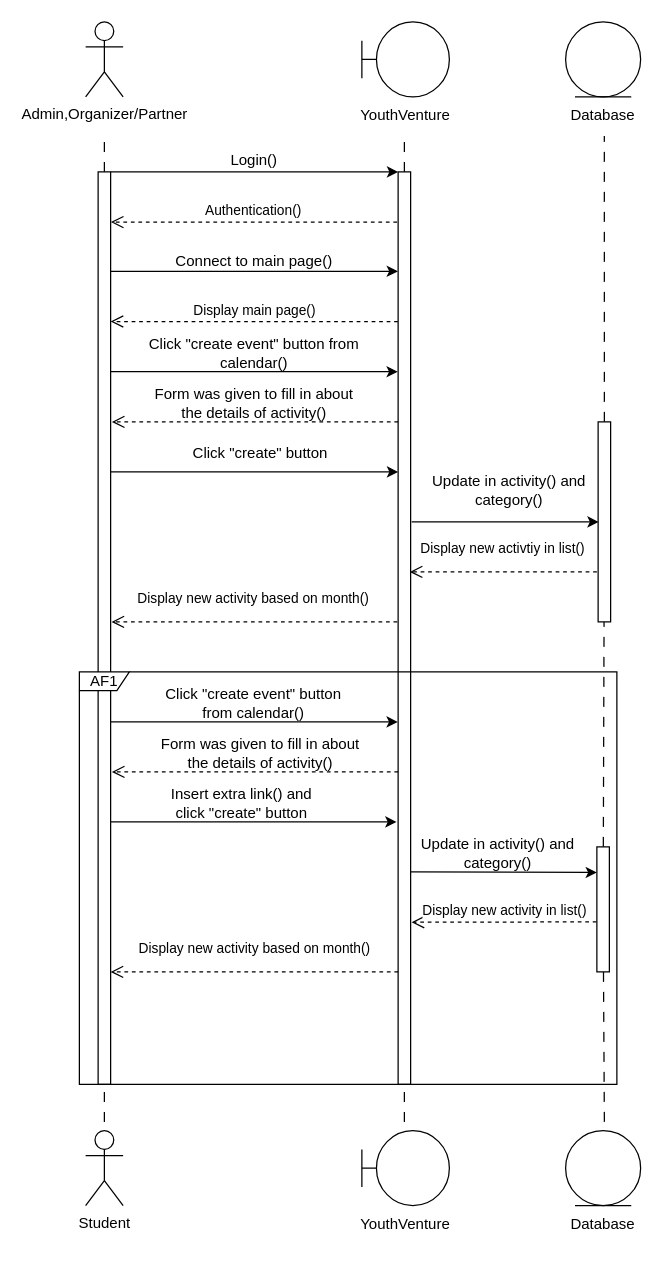
Earlier version of the draw.io diagram sequence_diagram/UC019 seq diagram.drawio (wei2030/year2_project). Source tidied: cells renumbered, new cells numbered last; positions are measured from the earlier drawing's top-left corner, leaving out a move shared by most shapes. Both pictures are drawn from the tidied source at 125%, with x=0, y=0 at pixel (79, 21).
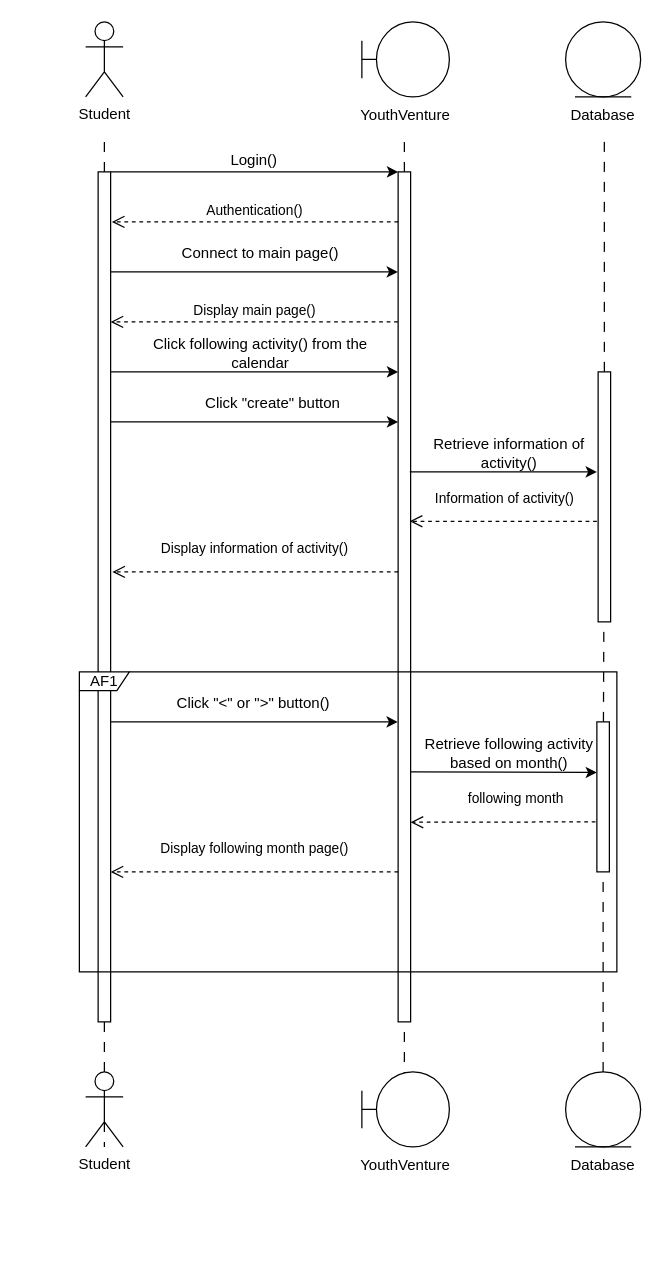
The same page after the edit.

The edit, as a diff of the source:
```diff
@@
-    <mxCell id="2" value="Admin,Organizer/Partner" style="shape=umlActor;verticalLabelPosition=bottom;verticalAlign=top;html=1;" parent="1" vertex="1">
+    <mxCell id="2" value="Student" style="shape=umlActor;verticalLabelPosition=bottom;verticalAlign=top;html=1;" parent="1" vertex="1">
       <mxGeometry x="5" width="30" height="60" as="geometry" />
     </mxCell>
@@
-    <mxCell id="11" style="endArrow=none;dashed=1;html=1;rounded=0;strokeWidth=1;dashPattern=8 8;" parent="1" edge="1" target="12">
-      <mxGeometry relative="1" as="geometry">
-        <mxPoint x="20" y="880" as="sourcePoint" />
-      </mxGeometry>
+    <mxCell id="11" style="endArrow=none;dashed=1;html=1;rounded=0;strokeWidth=1;dashPattern=8 8;" parent="1" edge="1" source="40" target="12">
+      <mxGeometry relative="1" as="geometry" />
     </mxCell>
     <mxCell id="12" style="rounded=0;whiteSpace=wrap;html=1;" parent="1" vertex="1">
-      <mxGeometry x="15" y="120" width="10" height="730" as="geometry" />
+      <mxGeometry x="15" y="120" width="10" height="680" as="geometry" />
     </mxCell>
@@
     <mxCell id="14" style="rounded=0;whiteSpace=wrap;html=1;" parent="1" vertex="1">
-      <mxGeometry x="255" y="120" width="10" height="730" as="geometry" />
+      <mxGeometry x="255" y="120" width="10" height="680" as="geometry" />
     </mxCell>
@@
-    <mxCell id="17" value="Authentication()" style="html=1;verticalAlign=bottom;endArrow=open;dashed=1;endSize=8;curved=0;rounded=0;entryX=1.019;entryY=0.055;entryDx=0;entryDy=0;entryPerimeter=0;exitX=-0.081;exitY=0.055;exitDx=0;exitDy=0;exitPerimeter=0;" parent="1" edge="1" source="14" target="12">
-      <mxGeometry relative="1" as="geometry" />
+    <mxCell id="17" value="Authentication()" style="html=1;verticalAlign=bottom;endArrow=open;dashed=1;endSize=8;curved=0;rounded=0;entryX=1.019;entryY=0.055;entryDx=0;entryDy=0;entryPerimeter=0;exitX=-0.081;exitY=0.055;exitDx=0;exitDy=0;exitPerimeter=0;" parent="1" edge="1">
+      <mxGeometry relative="1" as="geometry">
+        <mxPoint x="255" y="160" as="sourcePoint" />
+        <mxPoint x="26" y="160" as="targetPoint" />
+      </mxGeometry>
     </mxCell>
-    <mxCell id="18" style="endArrow=classic;html=1;rounded=0;exitX=1.019;exitY=0.109;exitDx=0;exitDy=0;exitPerimeter=0;entryX=-0.019;entryY=0.109;entryDx=0;entryDy=0;entryPerimeter=0;" parent="1" edge="1" source="12" target="14">
-      <mxGeometry relative="1" as="geometry" />
+    <mxCell id="18" style="endArrow=classic;html=1;rounded=0;exitX=1.019;exitY=0.109;exitDx=0;exitDy=0;exitPerimeter=0;entryX=-0.019;entryY=0.109;entryDx=0;entryDy=0;entryPerimeter=0;" parent="1" edge="1">
+      <mxGeometry relative="1" as="geometry">
+        <mxPoint x="25.2" y="200" as="sourcePoint" />
+        <mxPoint x="254.8" y="200" as="targetPoint" />
+      </mxGeometry>
     </mxCell>
     <mxCell id="19" value="Connect to main page()" style="text;html=1;strokeColor=none;fillColor=none;align=center;verticalAlign=middle;whiteSpace=wrap;rounded=0;" parent="1" vertex="1">
-      <mxGeometry x="70" y="177" width="140" height="30" as="geometry" />
+      <mxGeometry x="75" y="170" width="140" height="30" as="geometry" />
     </mxCell>
-    <mxCell id="20" value="Display main page()" style="html=1;verticalAlign=bottom;endArrow=open;dashed=1;endSize=8;curved=0;rounded=0;entryX=1.004;entryY=0.164;entryDx=0;entryDy=0;entryPerimeter=0;exitX=-0.019;exitY=0.164;exitDx=0;exitDy=0;exitPerimeter=0;" parent="1" edge="1" source="14" target="12">
-      <mxGeometry relative="1" as="geometry" />
+    <mxCell id="20" value="Display main page()" style="html=1;verticalAlign=bottom;endArrow=open;dashed=1;endSize=8;curved=0;rounded=0;entryX=1.004;entryY=0.164;entryDx=0;entryDy=0;entryPerimeter=0;exitX=-0.019;exitY=0.164;exitDx=0;exitDy=0;exitPerimeter=0;" parent="1" edge="1">
+      <mxGeometry relative="1" as="geometry">
+        <mxPoint x="254.8" y="240" as="sourcePoint" />
+        <mxPoint x="25" y="240" as="targetPoint" />
+      </mxGeometry>
     </mxCell>
-    <mxCell id="21" style="endArrow=classic;html=1;rounded=0;exitX=0.997;exitY=0.219;exitDx=0;exitDy=0;entryX=-0.029;entryY=0.219;entryDx=0;entryDy=0;exitPerimeter=0;entryPerimeter=0;" parent="1" edge="1" source="12" target="14">
-      <mxGeometry relative="1" as="geometry" />
+    <mxCell id="21" style="endArrow=classic;html=1;rounded=0;exitX=0.997;exitY=0.219;exitDx=0;exitDy=0;entryX=-0.029;entryY=0.219;entryDx=0;entryDy=0;exitPerimeter=0;entryPerimeter=0;" parent="1" edge="1">
+      <mxGeometry relative="1" as="geometry">
+        <mxPoint x="25.3" y="280" as="sourcePoint" />
+        <mxPoint x="255" y="280" as="targetPoint" />
+      </mxGeometry>
     </mxCell>
-    <mxCell id="22" value="Click &quot;create event&quot; button from calendar()" style="text;html=1;strokeColor=none;fillColor=none;align=center;verticalAlign=middle;whiteSpace=wrap;rounded=0;" parent="1" vertex="1">
-      <mxGeometry x="30" y="250" width="220" height="30" as="geometry" />
+    <mxCell id="22" value="Click following activity() from the calendar" style="text;html=1;strokeColor=none;fillColor=none;align=center;verticalAlign=middle;whiteSpace=wrap;rounded=0;" parent="1" vertex="1">
+      <mxGeometry x="35" y="250" width="220" height="30" as="geometry" />
     </mxCell>
@@
     <mxCell id="24" style="rounded=0;whiteSpace=wrap;html=1;" parent="1" vertex="1">
-      <mxGeometry x="415" y="320" width="10" height="160" as="geometry" />
+      <mxGeometry x="415" y="280" width="10" height="200" as="geometry" />
     </mxCell>
     <mxCell id="25" style="endArrow=classic;html=1;rounded=0;entryX=0;entryY=0;entryDx=0;entryDy=0;exitX=1.034;exitY=0.274;exitDx=0;exitDy=0;exitPerimeter=0;" parent="1" edge="1">
       <mxGeometry relative="1" as="geometry">
-        <mxPoint x="265.8" y="400" as="sourcePoint" />
-        <mxPoint x="415.4" y="400" as="targetPoint" />
+        <mxPoint x="264.3" y="360" as="sourcePoint" />
+        <mxPoint x="414" y="360" as="targetPoint" />
       </mxGeometry>
     </mxCell>
-    <mxCell id="26" value="Update in activity() and category()" style="text;html=1;strokeColor=none;fillColor=none;align=center;verticalAlign=middle;whiteSpace=wrap;rounded=0;" parent="1" vertex="1">
-      <mxGeometry x="274" y="360" width="140" height="30" as="geometry" />
+    <mxCell id="26" value="Retrieve information of activity()" style="text;html=1;strokeColor=none;fillColor=none;align=center;verticalAlign=middle;whiteSpace=wrap;rounded=0;" parent="1" vertex="1">
+      <mxGeometry x="274" y="330" width="140" height="30" as="geometry" />
     </mxCell>
-    <mxCell id="27" value="Display new activtiy in list()&amp;nbsp;" style="html=1;verticalAlign=bottom;endArrow=open;dashed=1;endSize=8;curved=0;rounded=0;exitX=0;exitY=1;exitDx=0;exitDy=0;entryX=1.028;entryY=0.548;entryDx=0;entryDy=0;entryPerimeter=0;" parent="1" edge="1">
+    <mxCell id="27" value="Information of activity()" style="html=1;verticalAlign=bottom;endArrow=open;dashed=1;endSize=8;curved=0;rounded=0;exitX=0;exitY=1;exitDx=0;exitDy=0;entryX=1.028;entryY=0.548;entryDx=0;entryDy=0;entryPerimeter=0;" parent="1" edge="1">
       <mxGeometry x="-0.01" y="-10" relative="1" as="geometry">
-        <mxPoint x="414" y="440" as="sourcePoint" />
-        <mxPoint x="264.3" y="440" as="targetPoint" />
+        <mxPoint x="414" y="399.5" as="sourcePoint" />
+        <mxPoint x="264.3" y="399.5" as="targetPoint" />
       </mxGeometry>
     </mxCell>
-    <mxCell id="28" value="Display new activity based on month()" style="html=1;verticalAlign=bottom;endArrow=open;dashed=1;endSize=8;curved=0;rounded=0;entryX=1.124;entryY=0.603;entryDx=0;entryDy=0;entryPerimeter=0;exitX=-0.018;exitY=0.603;exitDx=0;exitDy=0;exitPerimeter=0;" parent="1" edge="1">
+    <mxCell id="28" value="Display information of activity()" style="html=1;verticalAlign=bottom;endArrow=open;dashed=1;endSize=8;curved=0;rounded=0;entryX=1.124;entryY=0.603;entryDx=0;entryDy=0;entryPerimeter=0;exitX=-0.018;exitY=0.603;exitDx=0;exitDy=0;exitPerimeter=0;" parent="1" edge="1">
       <mxGeometry x="0.01" y="-10" relative="1" as="geometry">
-        <mxPoint x="254.3" y="480" as="sourcePoint" />
-        <mxPoint x="25.7" y="480" as="targetPoint" />
+        <mxPoint x="255" y="440" as="sourcePoint" />
+        <mxPoint x="26.4" y="440" as="targetPoint" />
       </mxGeometry>
     </mxCell>
@@
-    <mxCell id="30" value="Click &quot;create event&quot; button from calendar()" style="text;html=1;strokeColor=none;fillColor=none;align=center;verticalAlign=middle;whiteSpace=wrap;rounded=0;" parent="1" vertex="1">
+    <mxCell id="30" value="Click &quot;&amp;lt;&quot; or &quot;&amp;gt;&quot; button()" style="text;html=1;strokeColor=none;fillColor=none;align=center;verticalAlign=middle;whiteSpace=wrap;rounded=0;" parent="1" vertex="1">
       <mxGeometry x="60.4" y="530" width="159.2" height="30" as="geometry" />
     </mxCell>
     <mxCell id="31" style="endArrow=classic;html=1;rounded=0;entryX=0;entryY=0;entryDx=0;entryDy=0;exitX=1;exitY=0.739;exitDx=0;exitDy=0;exitPerimeter=0;" parent="1" edge="1">
       <mxGeometry relative="1" as="geometry">
-        <mxPoint x="265" y="680" as="sourcePoint" />
-        <mxPoint x="414" y="680.5" as="targetPoint" />
+        <mxPoint x="265" y="600" as="sourcePoint" />
+        <mxPoint x="414" y="600.5" as="targetPoint" />
       </mxGeometry>
     </mxCell>
-    <mxCell id="32" value="Update in activity() and category()" style="text;html=1;strokeColor=none;fillColor=none;align=center;verticalAlign=middle;whiteSpace=wrap;rounded=0;" parent="1" vertex="1">
-      <mxGeometry x="265" y="650" width="140" height="30" as="geometry" />
+    <mxCell id="32" value="Retrieve following activity based on month()" style="text;html=1;strokeColor=none;fillColor=none;align=center;verticalAlign=middle;whiteSpace=wrap;rounded=0;" parent="1" vertex="1">
+      <mxGeometry x="274" y="570" width="140" height="30" as="geometry" />
     </mxCell>
-    <mxCell id="33" value="Display new activity in list()" style="html=1;verticalAlign=bottom;endArrow=open;dashed=1;endSize=8;curved=0;rounded=0;exitX=0;exitY=0.25;exitDx=0;exitDy=0;entryX=1.107;entryY=0.795;entryDx=0;entryDy=0;entryPerimeter=0;" parent="1" edge="1">
-      <mxGeometry relative="1" as="geometry">
-        <mxPoint x="413.7" y="720" as="sourcePoint" />
-        <mxPoint x="265.8" y="720.3" as="targetPoint" />
+    <mxCell id="33" value="following month" style="html=1;verticalAlign=bottom;endArrow=open;dashed=1;endSize=8;curved=0;rounded=0;exitX=0;exitY=0.25;exitDx=0;exitDy=0;entryX=1.107;entryY=0.795;entryDx=0;entryDy=0;entryPerimeter=0;" parent="1" edge="1">
+      <mxGeometry x="-0.14" y="-10" relative="1" as="geometry">
+        <mxPoint x="412.9" y="640" as="sourcePoint" />
+        <mxPoint x="265" y="640.3" as="targetPoint" />
       </mxGeometry>
     </mxCell>
-    <mxCell id="34" style="endArrow=classic;html=1;rounded=0;exitX=1.015;exitY=0.877;exitDx=0;exitDy=0;exitPerimeter=0;entryX=-0.112;entryY=0.877;entryDx=0;entryDy=0;entryPerimeter=0;" parent="1" edge="1">
-      <mxGeometry relative="1" as="geometry">
-        <mxPoint x="25" y="640" as="sourcePoint" />
-        <mxPoint x="253.7" y="640" as="targetPoint" />
-      </mxGeometry>
-    </mxCell>
-    <mxCell id="35" value="Insert extra link() and click &quot;create&quot; button" style="text;html=1;strokeColor=none;fillColor=none;align=center;verticalAlign=middle;whiteSpace=wrap;rounded=0;" parent="1" vertex="1">
-      <mxGeometry x="60.4" y="610" width="140" height="30" as="geometry" />
-    </mxCell>
-    <mxCell id="36" value="Display new activity based on month()" style="html=1;verticalAlign=bottom;endArrow=open;dashed=1;endSize=8;curved=0;rounded=0;exitX=0;exitY=1;exitDx=0;exitDy=0;entryX=1;entryY=1;entryDx=0;entryDy=0;" parent="1" edge="1">
+    <mxCell id="36" value="Display following month page()" style="html=1;verticalAlign=bottom;endArrow=open;dashed=1;endSize=8;curved=0;rounded=0;exitX=0;exitY=1;exitDx=0;exitDy=0;entryX=1;entryY=1;entryDx=0;entryDy=0;" parent="1" edge="1">
       <mxGeometry y="-10" relative="1" as="geometry">
-        <mxPoint x="255" y="760" as="sourcePoint" />
-        <mxPoint x="25" y="760" as="targetPoint" />
+        <mxPoint x="255" y="680" as="sourcePoint" />
+        <mxPoint x="25" y="680" as="targetPoint" />
       </mxGeometry>
     </mxCell>
-    <mxCell id="37" style="endArrow=none;dashed=1;html=1;rounded=0;strokeWidth=1;dashPattern=8 8;" parent="1" edge="1" target="38">
-      <mxGeometry relative="1" as="geometry">
-        <mxPoint x="420" y="880" as="sourcePoint" />
-      </mxGeometry>
+    <mxCell id="37" style="endArrow=none;dashed=1;html=1;rounded=0;strokeWidth=1;dashPattern=8 8;" parent="1" edge="1" source="44" target="38">
+      <mxGeometry relative="1" as="geometry" />
     </mxCell>
     <mxCell id="38" style="rounded=0;whiteSpace=wrap;html=1;" parent="1" vertex="1">
-      <mxGeometry x="414" y="660" width="10" height="100" as="geometry" />
+      <mxGeometry x="414" y="560" width="10" height="120" as="geometry" />
     </mxCell>
     <mxCell id="39" value="AF1" style="shape=umlFrame;whiteSpace=wrap;html=1;width=40;height=15;" parent="1" vertex="1">
-      <mxGeometry y="520" width="430" height="330" as="geometry" />
+      <mxGeometry y="520" width="430" height="240" as="geometry" />
     </mxCell>
-    <mxCell id="40" value="Student" style="shape=umlActor;verticalLabelPosition=bottom;verticalAlign=top;html=1;" parent="1" vertex="1">
-      <mxGeometry x="5" y="887" width="30" height="60" as="geometry" />
-    </mxCell>
     <mxCell id="41" style="group;" parent="1" vertex="1">
-      <mxGeometry x="226" y="887" width="70" height="90" as="geometry" />
+      <mxGeometry x="226" y="840" width="70" height="90" as="geometry" />
     </mxCell>
@@
-    <mxCell id="44" style="ellipse;shape=umlEntity;whiteSpace=wrap;html=1;" parent="1" vertex="1">
-      <mxGeometry x="389" y="887" width="60" height="60" as="geometry" />
-    </mxCell>
     <mxCell id="45" value="Database" style="text;html=1;strokeColor=none;fillColor=none;align=center;verticalAlign=middle;whiteSpace=wrap;rounded=0;" parent="1" vertex="1">
-      <mxGeometry x="389" y="947" width="60" height="30" as="geometry" />
+      <mxGeometry x="389" y="900" width="60" height="30" as="geometry" />
     </mxCell>
-    <mxCell id="46" style="html=1;verticalAlign=bottom;endArrow=open;dashed=1;endSize=8;curved=0;rounded=0;exitX=-0.012;exitY=0.383;exitDx=0;exitDy=0;exitPerimeter=0;entryX=1.085;entryY=0.383;entryDx=0;entryDy=0;entryPerimeter=0;" parent="1" edge="1">
-      <mxGeometry y="-10" relative="1" as="geometry">
-        <mxPoint x="255" y="320" as="sourcePoint" />
-        <mxPoint x="26" y="320" as="targetPoint" />
-      </mxGeometry>
-    </mxCell>
-    <mxCell id="47" value="Form was given to fill in about the details of activity()" style="text;html=1;strokeColor=none;fillColor=none;align=center;verticalAlign=middle;whiteSpace=wrap;rounded=0;" parent="1" vertex="1">
-      <mxGeometry x="55" y="290" width="170" height="30" as="geometry" />
-    </mxCell>
     <mxCell id="48" value="Click &quot;create&quot; button" style="text;html=1;strokeColor=none;fillColor=none;align=center;verticalAlign=middle;whiteSpace=wrap;rounded=0;" parent="1" vertex="1">
-      <mxGeometry x="35" y="330" width="220" height="30" as="geometry" />
+      <mxGeometry x="45" y="290" width="220" height="30" as="geometry" />
     </mxCell>
     <mxCell id="49" style="endArrow=classic;html=1;rounded=0;exitX=1.019;exitY=0.109;exitDx=0;exitDy=0;exitPerimeter=0;entryX=-0.019;entryY=0.109;entryDx=0;entryDy=0;entryPerimeter=0;" parent="1" edge="1">
       <mxGeometry relative="1" as="geometry">
-        <mxPoint x="25" y="360" as="sourcePoint" />
-        <mxPoint x="255" y="360" as="targetPoint" />
+        <mxPoint x="25" y="320" as="sourcePoint" />
+        <mxPoint x="255" y="320" as="targetPoint" />
       </mxGeometry>
     </mxCell>
-    <mxCell id="50" value="Form was given to fill in about the details of activity()" style="text;html=1;strokeColor=none;fillColor=none;align=center;verticalAlign=middle;whiteSpace=wrap;rounded=0;" parent="1" vertex="1">
-      <mxGeometry x="60" y="570" width="170" height="30" as="geometry" />
-    </mxCell>
-    <mxCell id="51" style="html=1;verticalAlign=bottom;endArrow=open;dashed=1;endSize=8;curved=0;rounded=0;exitX=-0.012;exitY=0.383;exitDx=0;exitDy=0;exitPerimeter=0;entryX=1.085;entryY=0.383;entryDx=0;entryDy=0;entryPerimeter=0;" parent="1" edge="1">
-      <mxGeometry y="-10" relative="1" as="geometry">
-        <mxPoint x="255" y="600" as="sourcePoint" />
-        <mxPoint x="26" y="600" as="targetPoint" />
-      </mxGeometry>
-    </mxCell>
+    <mxCell id="52" style="endArrow=none;dashed=1;html=1;rounded=0;strokeWidth=1;dashPattern=8 8;" parent="1" edge="1" target="40">
+      <mxGeometry relative="1" as="geometry">
+        <mxPoint x="20" y="880" as="sourcePoint" />
+      </mxGeometry>
+    </mxCell>
+    <mxCell id="40" value="Student" style="shape=umlActor;verticalLabelPosition=bottom;verticalAlign=top;html=1;" parent="1" vertex="1">
+      <mxGeometry x="5" y="840" width="30" height="60" as="geometry" />
+    </mxCell>
+    <mxCell id="53" style="endArrow=none;dashed=1;html=1;rounded=0;strokeWidth=1;dashPattern=8 8;" parent="1" edge="1" target="44">
+      <mxGeometry relative="1" as="geometry">
+        <mxPoint x="420" y="880" as="sourcePoint" />
+      </mxGeometry>
+    </mxCell>
+    <mxCell id="44" style="ellipse;shape=umlEntity;whiteSpace=wrap;html=1;" parent="1" vertex="1">
+      <mxGeometry x="389" y="840" width="60" height="60" as="geometry" />
+    </mxCell>
```
